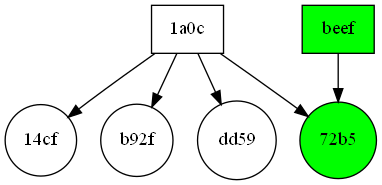
ziyadalrasbi/F20SC-CW2 keeps this Graphviz diagram as doctest-output/visitor.gv.png. Above is the earlier version. Its source is kept beside it as doctest-output/visitor.gv. Source of this version:
```dot
digraph visitor {
	graph [rank=min]
	node [shape=rectangle]
	"4108dc09bfe11a0c" [label="1a0c" fillcolor=white shape=rectangle style=filled]
	"4108dc09bfe11a0c" -> "101122221951-00000000a695c340822e61891c8f14cf"
	"4108dc09bfe11a0c" -> "100806172045-0000000081705fbea3553bd0d745b92f"
	"4108dc09bfe11a0c" -> "100405170355-00000000ee4bfd24d2ff703b9147dd59"
	"4108dc09bfe11a0c" -> "100806162735-00000000115598650cb8b514246272b5"
	"00000000deadbeef" [label=beef fillcolor=green shape=rectangle style=filled]
	"00000000deadbeef" -> "100806162735-00000000115598650cb8b514246272b5"
	subgraph document {
		graph [rank=max shape=circle]
		node [shape=circle]
		"100806162735-00000000115598650cb8b514246272b5" [label="72b5" fillcolor=green shape=circle style=filled]
		"101122221951-00000000a695c340822e61891c8f14cf" [label="14cf" fillcolor=white shape=circle style=filled]
		"100806172045-0000000081705fbea3553bd0d745b92f" [label=b92f fillcolor=white shape=circle style=filled]
		"100405170355-00000000ee4bfd24d2ff703b9147dd59" [label=dd59 fillcolor=white shape=circle style=filled]
	}
}
```
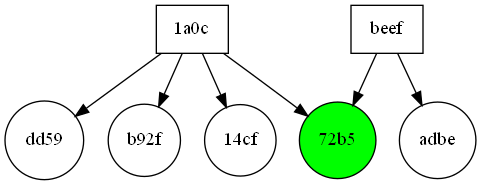
The same diagram one commit later.

Diff of the diagram source:
```diff
@@ -2,18 +2,25 @@
 	graph [rank=min]
 	node [shape=rectangle]
 	"4108dc09bfe11a0c" [label="1a0c" fillcolor=white shape=rectangle style=filled]
+	"4108dc09bfe11a0c" -> "100405170355-00000000ee4bfd24d2ff703b9147dd59"
+	"4108dc09bfe11a0c" -> "100806172045-0000000081705fbea3553bd0d745b92f"
+	"4108dc09bfe11a0c" -> "100806162735-00000000115598650cb8b514246272b5"
 	"4108dc09bfe11a0c" -> "101122221951-00000000a695c340822e61891c8f14cf"
-	"4108dc09bfe11a0c" -> "100806172045-0000000081705fbea3553bd0d745b92f"
-	"4108dc09bfe11a0c" -> "100405170355-00000000ee4bfd24d2ff703b9147dd59"
-	"4108dc09bfe11a0c" -> "100806162735-00000000115598650cb8b514246272b5"
-	"00000000deadbeef" [label=beef fillcolor=green shape=rectangle style=filled]
+	"00000000deadbeef" [label=beef fillcolor=white shape=rectangle style=filled]
 	"00000000deadbeef" -> "100806162735-00000000115598650cb8b514246272b5"
+	"00000000deadbeef" -> "aaaaaaaaaaaa-00000000df1ad06a86c40000000feadbe"
 	subgraph document {
 		graph [rank=max shape=circle]
 		node [shape=circle]
+		"100405170355-00000000ee4bfd24d2ff703b9147dd59" [label=dd59 fillcolor=white shape=circle style=filled]
 		"100806162735-00000000115598650cb8b514246272b5" [label="72b5" fillcolor=green shape=circle style=filled]
+		"100806162735-00000000115598650cb8b514246272b5" [label="72b5" fillcolor=green shape=circle style=filled]
+		"100806172045-0000000081705fbea3553bd0d745b92f" [label=b92f fillcolor=white shape=circle style=filled]
 		"101122221951-00000000a695c340822e61891c8f14cf" [label="14cf" fillcolor=white shape=circle style=filled]
+		"aaaaaaaaaaaa-00000000df1ad06a86c40000000feadbe" [label=adbe fillcolor=white shape=circle style=filled]
+		"100405170355-00000000ee4bfd24d2ff703b9147dd59" [label=dd59 fillcolor=white shape=circle style=filled]
 		"100806172045-0000000081705fbea3553bd0d745b92f" [label=b92f fillcolor=white shape=circle style=filled]
-		"100405170355-00000000ee4bfd24d2ff703b9147dd59" [label=dd59 fillcolor=white shape=circle style=filled]
+		"101122221951-00000000a695c340822e61891c8f14cf" [label="14cf" fillcolor=white shape=circle style=filled]
+		"aaaaaaaaaaaa-00000000df1ad06a86c40000000feadbe" [label=adbe fillcolor=white shape=circle style=filled]
 	}
 }
```
